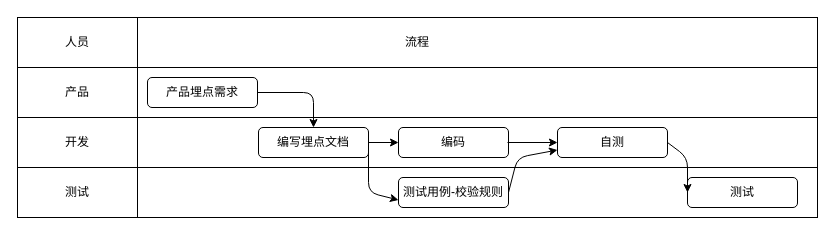
Earlier version of the draw.io diagram 埋点流程.drawio (aiquantong/drawIO). Source tidied: cells renumbered, new cells numbered last; positions are measured from the earlier drawing's top-left corner, leaving out a move shared by most shapes. Both pictures are drawn from the tidied source at 100%, with x=0, y=0 at pixel (17, 17).
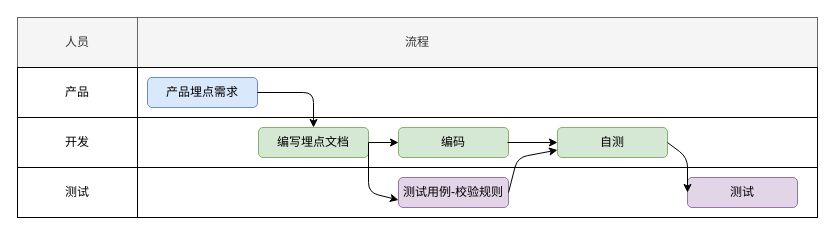
After the change.

Change to the diagram source:
```diff
@@
-    <mxCell id="2" value="流程" style="rounded=0;whiteSpace=wrap;html=1;" parent="1" vertex="1">
+    <mxCell id="2" value="流程" style="rounded=0;whiteSpace=wrap;html=1;fillColor=#f5f5f5;strokeColor=#666666;fontColor=#333333;" parent="1" vertex="1">
       <mxGeometry width="800" height="50" as="geometry" />
     </mxCell>
@@
-    <mxCell id="5" value="人员" style="rounded=0;whiteSpace=wrap;html=1;" parent="1" vertex="1">
+    <mxCell id="5" value="人员" style="rounded=0;whiteSpace=wrap;html=1;fillColor=#f5f5f5;strokeColor=#666666;fontColor=#333333;" parent="1" vertex="1">
       <mxGeometry width="120" height="50" as="geometry" />
     </mxCell>
@@
-    <mxCell id="10" value="产品埋点需求" style="rounded=1;whiteSpace=wrap;html=1;" parent="1" vertex="1">
+    <mxCell id="10" value="产品埋点需求" style="rounded=1;whiteSpace=wrap;html=1;fillColor=#dae8fc;strokeColor=#6c8ebf;" parent="1" vertex="1">
       <mxGeometry x="130" y="60" width="110" height="30" as="geometry" />
     </mxCell>
-    <mxCell id="11" value="编写埋点文档" style="rounded=1;whiteSpace=wrap;html=1;" parent="1" vertex="1">
+    <mxCell id="11" value="编写埋点文档" style="rounded=1;whiteSpace=wrap;html=1;fillColor=#d5e8d4;strokeColor=#82b366;" parent="1" vertex="1">
       <mxGeometry x="241" y="110" width="110" height="30" as="geometry" />
     </mxCell>
-    <mxCell id="12" value="编码" style="rounded=1;whiteSpace=wrap;html=1;" parent="1" vertex="1">
+    <mxCell id="12" value="编码" style="rounded=1;whiteSpace=wrap;html=1;fillColor=#d5e8d4;strokeColor=#82b366;" parent="1" vertex="1">
       <mxGeometry x="381" y="110" width="110" height="30" as="geometry" />
     </mxCell>
-    <mxCell id="13" value="测试用例-校验规则" style="rounded=1;whiteSpace=wrap;html=1;" parent="1" vertex="1">
+    <mxCell id="13" value="测试用例-校验规则" style="rounded=1;whiteSpace=wrap;html=1;fillColor=#e1d5e7;strokeColor=#9673a6;" parent="1" vertex="1">
       <mxGeometry x="381" y="160" width="110" height="30" as="geometry" />
     </mxCell>
@@
-    <mxCell id="18" value="自测" style="rounded=1;whiteSpace=wrap;html=1;" parent="1" vertex="1">
+    <mxCell id="18" value="自测" style="rounded=1;whiteSpace=wrap;html=1;fillColor=#d5e8d4;strokeColor=#82b366;" parent="1" vertex="1">
       <mxGeometry x="540" y="110" width="110" height="30" as="geometry" />
     </mxCell>
@@
-    <mxCell id="20" value="测试" style="rounded=1;whiteSpace=wrap;html=1;" parent="1" vertex="1">
+    <mxCell id="20" value="测试" style="rounded=1;whiteSpace=wrap;html=1;fillColor=#e1d5e7;strokeColor=#9673a6;" parent="1" vertex="1">
       <mxGeometry x="670" y="160" width="110" height="30" as="geometry" />
     </mxCell>
```
